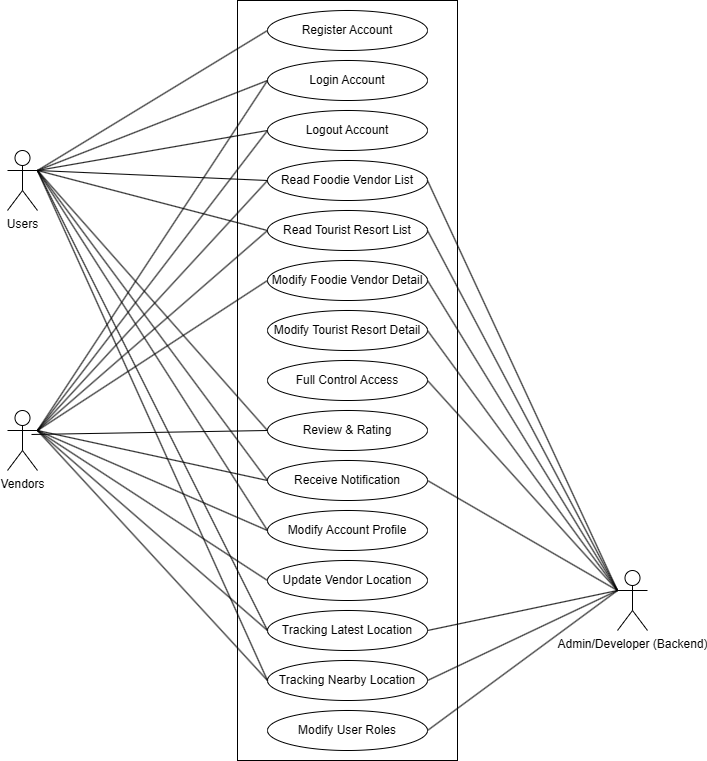
Above: Use Case.png in WongJZ/WongJZ (draw.io), before the change. Source tidied: cells renumbered, new cells last; positions are measured from the earlier drawing's top-left corner, leaving out a move shared by most shapes.
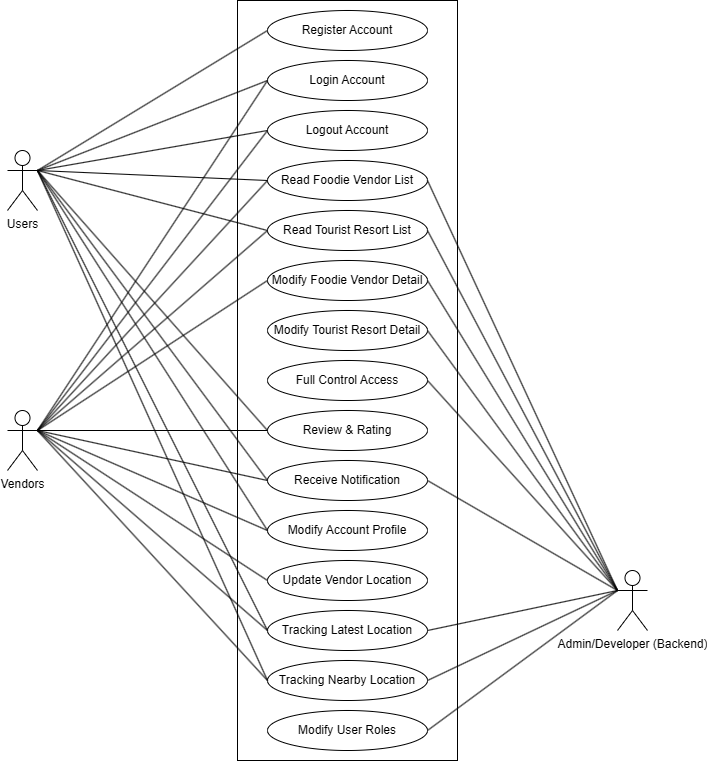
After the change.

The edit, as a diff of the source:
```diff
@@ -150,7 +150,7 @@
     <mxCell id="49" style="endArrow=none;html=1;rounded=0;exitX=1;exitY=0.3333333333333333;exitDx=0;exitDy=0;exitPerimeter=0;entryX=0;entryY=0.5;entryDx=0;entryDy=0;" parent="1" edge="1" source="3" target="15">
       <mxGeometry relative="1" as="geometry" />
     </mxCell>
-    <mxCell id="50" style="endArrow=none;html=1;rounded=0;exitX=0.8;exitY=0.4;exitDx=0;exitDy=0;exitPerimeter=0;entryX=0;entryY=0.5;entryDx=0;entryDy=0;" parent="1" edge="1" source="3" target="14">
+    <mxCell id="50" style="endArrow=none;html=1;rounded=0;entryX=0;entryY=0.5;entryDx=0;entryDy=0;exitX=1;exitY=0.3333333333333333;exitDx=0;exitDy=0;exitPerimeter=0;" parent="1" edge="1" source="3" target="14">
       <mxGeometry relative="1" as="geometry" />
     </mxCell>
   </root>
```
